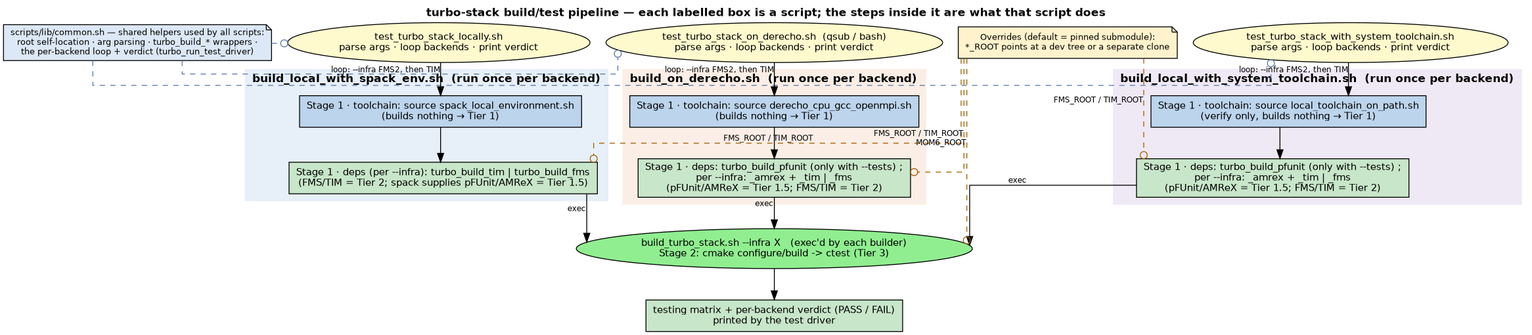
Above: docs/build_test_orchestration.png in TURBO-ESM/turbo-stack (Graphviz), before the change. Its source is kept beside it as docs/build_test_orchestration.dot.
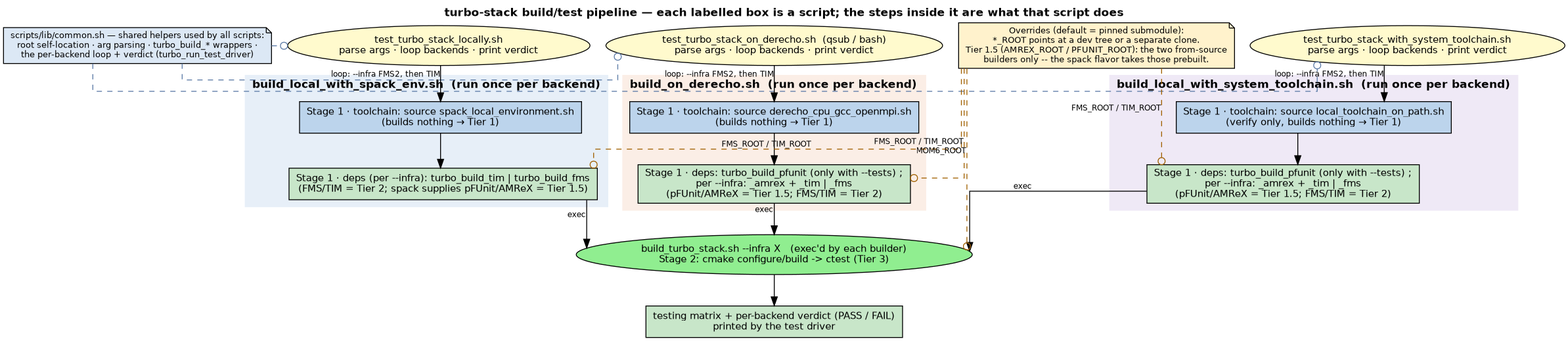
The same diagram one commit later.

Commit message:
Correct four inaccurate build-doc claims found in review

Change to the diagram source:
```diff
@@ -61,7 +61,7 @@
     core -> d_drv [style=dashed, color="#5b7aa6", arrowhead=odot, constraint=false];
 
     hotswap [shape=note, fillcolor="#fff2cc", style=filled, fontsize=10,
-             label="Overrides (default = pinned submodule):\n*_ROOT points at a dev tree or a separate clone"];
+             label="Overrides (default = pinned submodule):\n*_ROOT points at a dev tree or a separate clone.\nTier 1.5 (AMREX_ROOT / PFUNIT_ROOT): the two from-source\nbuilders only -- the spack flavor takes those prebuilt."];
     hotswap -> l_deps [style=dashed, color="#a06000", arrowhead=odot, constraint=false, xlabel="FMS_ROOT / TIM_ROOT"];
     hotswap -> s_deps [style=dashed, color="#a06000", arrowhead=odot, constraint=false, xlabel="FMS_ROOT / TIM_ROOT"];
     hotswap -> d_deps [style=dashed, color="#a06000", arrowhead=odot, constraint=false, xlabel="FMS_ROOT / TIM_ROOT"];
```
